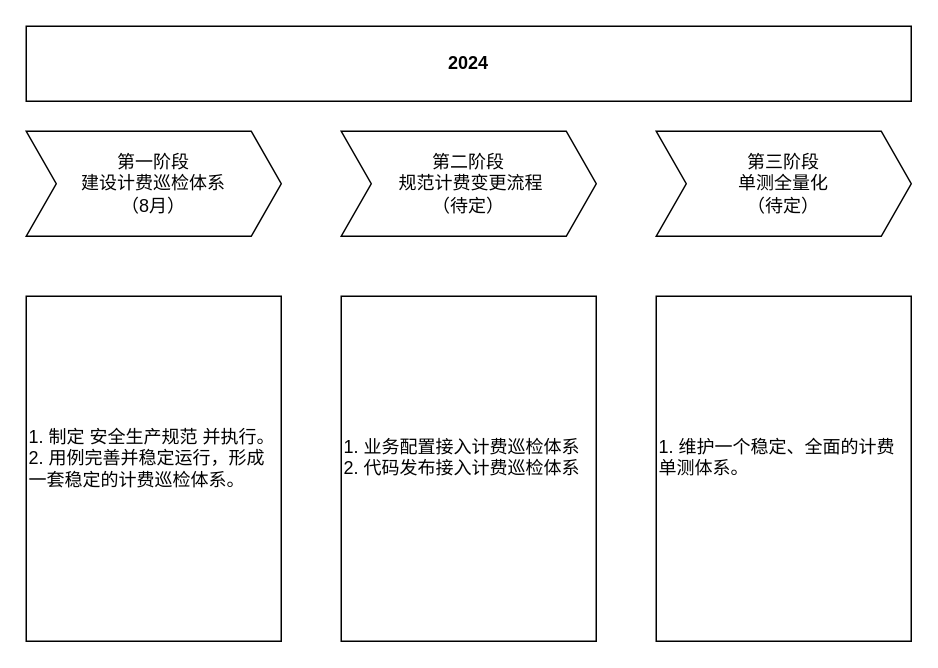
Before: 资损防控阶段性计划.drawio in heyrry/hello, a draw.io diagram. Source tidied: cells renumbered, new cells numbered last; positions are measured from the earlier drawing's top-left corner, leaving out a move shared by most shapes. Both pictures are drawn from the tidied source at 150%, with x=0, y=0 at pixel (26, 26).
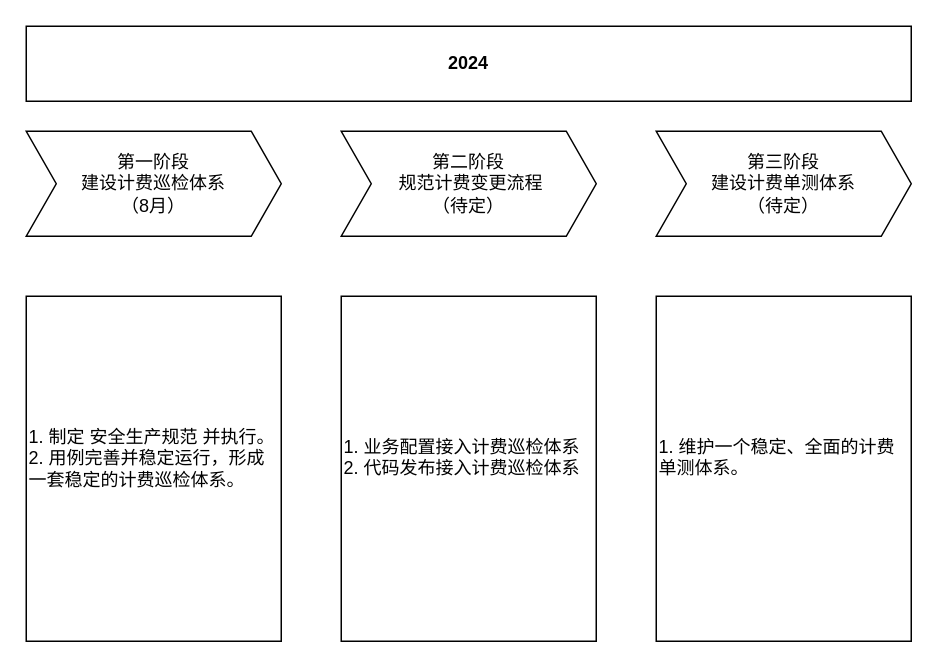
The same page after the edit.

Commit message:
更新资损防控阶段性计划.drawio

Change to the diagram source:
```diff
@@
 <mxGraphModel>
   <root>
     <mxCell id="0" />
     <mxCell id="1" parent="0" />
     <mxCell id="2" value="第一阶段&lt;div&gt;建设计费巡检体系&lt;div&gt;（8月）&lt;/div&gt;&lt;/div&gt;" style="shape=step;perimeter=stepPerimeter;whiteSpace=wrap;html=1;fixedSize=1;fillColor=none;labelBackgroundColor=none;" parent="1" vertex="1">
       <mxGeometry y="70" width="170" height="70" as="geometry" />
     </mxCell>
     <mxCell id="3" value="第二阶段&lt;div&gt;&amp;nbsp;规范计费变更流程&lt;div&gt;（待定）&lt;/div&gt;&lt;/div&gt;" style="shape=step;perimeter=stepPerimeter;whiteSpace=wrap;html=1;fixedSize=1;fillColor=none;labelBackgroundColor=none;" parent="1" vertex="1">
       <mxGeometry x="210" y="70" width="170" height="70" as="geometry" />
     </mxCell>
-    <mxCell id="4" value="第三阶段&lt;div&gt;&lt;div&gt;单测全量化&lt;/div&gt;&lt;div&gt;（待定）&lt;br&gt;&lt;/div&gt;&lt;/div&gt;" style="shape=step;perimeter=stepPerimeter;whiteSpace=wrap;html=1;fixedSize=1;fillColor=none;labelBackgroundColor=none;" parent="1" vertex="1">
+    <mxCell id="4" value="第三阶段&lt;div&gt;&lt;div&gt;建设计费单测体系&lt;/div&gt;&lt;div&gt;（待定）&lt;br&gt;&lt;/div&gt;&lt;/div&gt;" style="shape=step;perimeter=stepPerimeter;whiteSpace=wrap;html=1;fixedSize=1;fillColor=none;labelBackgroundColor=none;" parent="1" vertex="1">
       <mxGeometry x="420" y="70" width="170" height="70" as="geometry" />
     </mxCell>
     <mxCell id="5" value="&lt;b&gt;2024&lt;/b&gt;" style="rounded=0;whiteSpace=wrap;html=1;fillColor=none;labelBackgroundColor=none;" parent="1" vertex="1">
       <mxGeometry width="590" height="50" as="geometry" />
     </mxCell>
     <mxCell id="6" value="&lt;div&gt;1. 制定&amp;nbsp;&lt;span style=&quot;background-color: initial; font-family: -webkit-standard; caret-color: rgb(0, 0, 0);&quot;&gt;安全生产规范 并执行。&lt;/span&gt;&lt;br&gt;&lt;/div&gt;2. 用例完善并稳定运行，形成一套稳定的计费巡检体系。&lt;div&gt;&lt;br&gt;&lt;/div&gt;" style="rounded=0;whiteSpace=wrap;html=1;fillColor=none;align=left;labelBackgroundColor=none;" parent="1" vertex="1">
       <mxGeometry y="180" width="170" height="230" as="geometry" />
     </mxCell>
     <mxCell id="7" value="&lt;span style=&quot;&quot;&gt;1. 业务配置接入计费巡检体系&lt;/span&gt;&lt;div&gt;&lt;span style=&quot;&quot;&gt;2. 代码发布接入&lt;/span&gt;&lt;span style=&quot;background-color: initial;&quot;&gt;计费巡检体系&lt;/span&gt;&lt;/div&gt;&lt;div&gt;&lt;br&gt;&lt;/div&gt;" style="rounded=0;whiteSpace=wrap;html=1;fillColor=none;align=left;labelBackgroundColor=none;" parent="1" vertex="1">
       <mxGeometry x="210" y="180" width="170" height="230" as="geometry" />
     </mxCell>
     <mxCell id="8" value="1. 维护一个稳定、全面的计费单测体系。&lt;div&gt;&lt;br&gt;&lt;/div&gt;" style="rounded=0;whiteSpace=wrap;html=1;fillColor=none;align=left;labelBackgroundColor=none;" parent="1" vertex="1">
       <mxGeometry x="420" y="180" width="170" height="230" as="geometry" />
     </mxCell>
   </root>
 </mxGraphModel>
```
